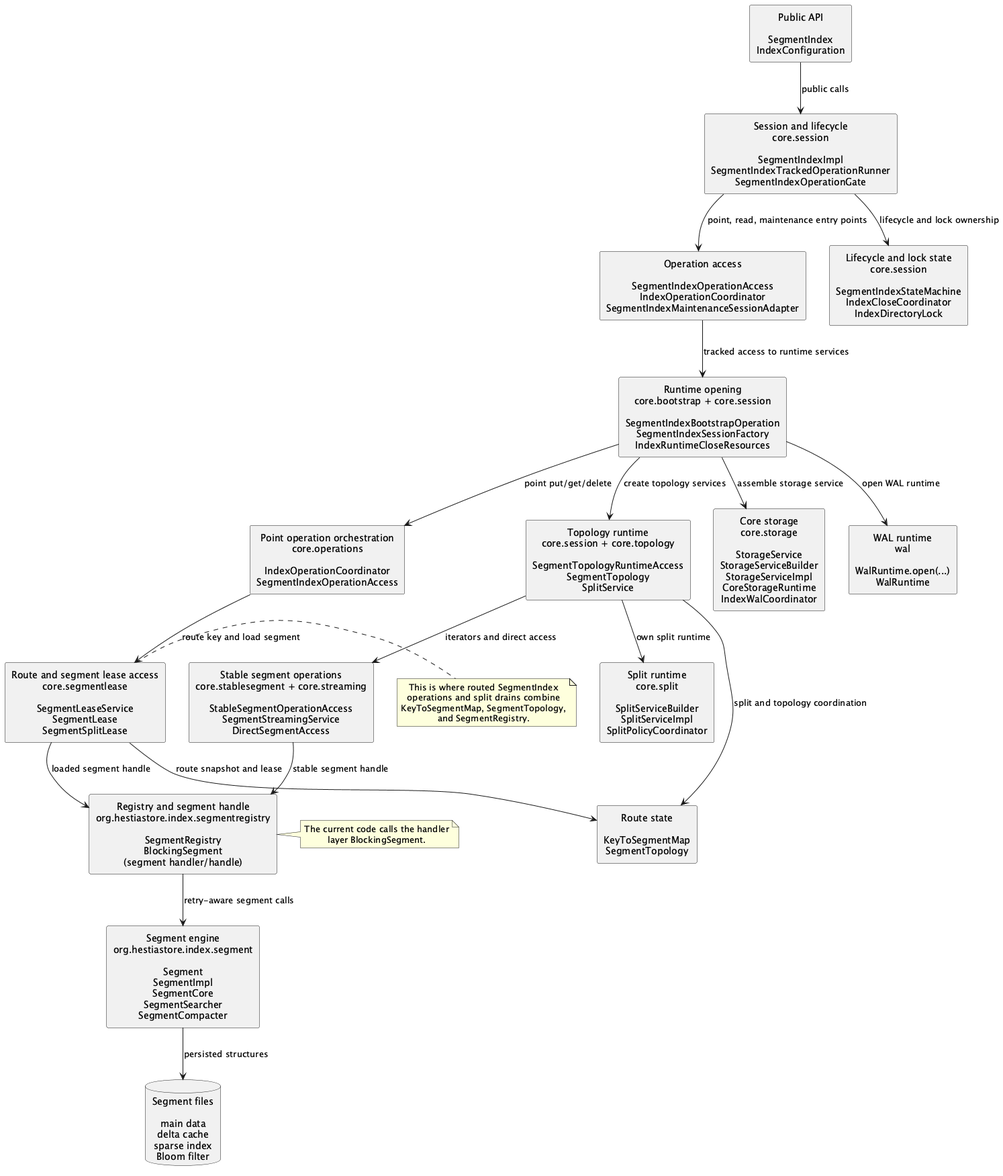
Earlier version of the PlantUML export docs/architecture/segmentindex/images/implementation-layers.png (jajir/HestiaStore).
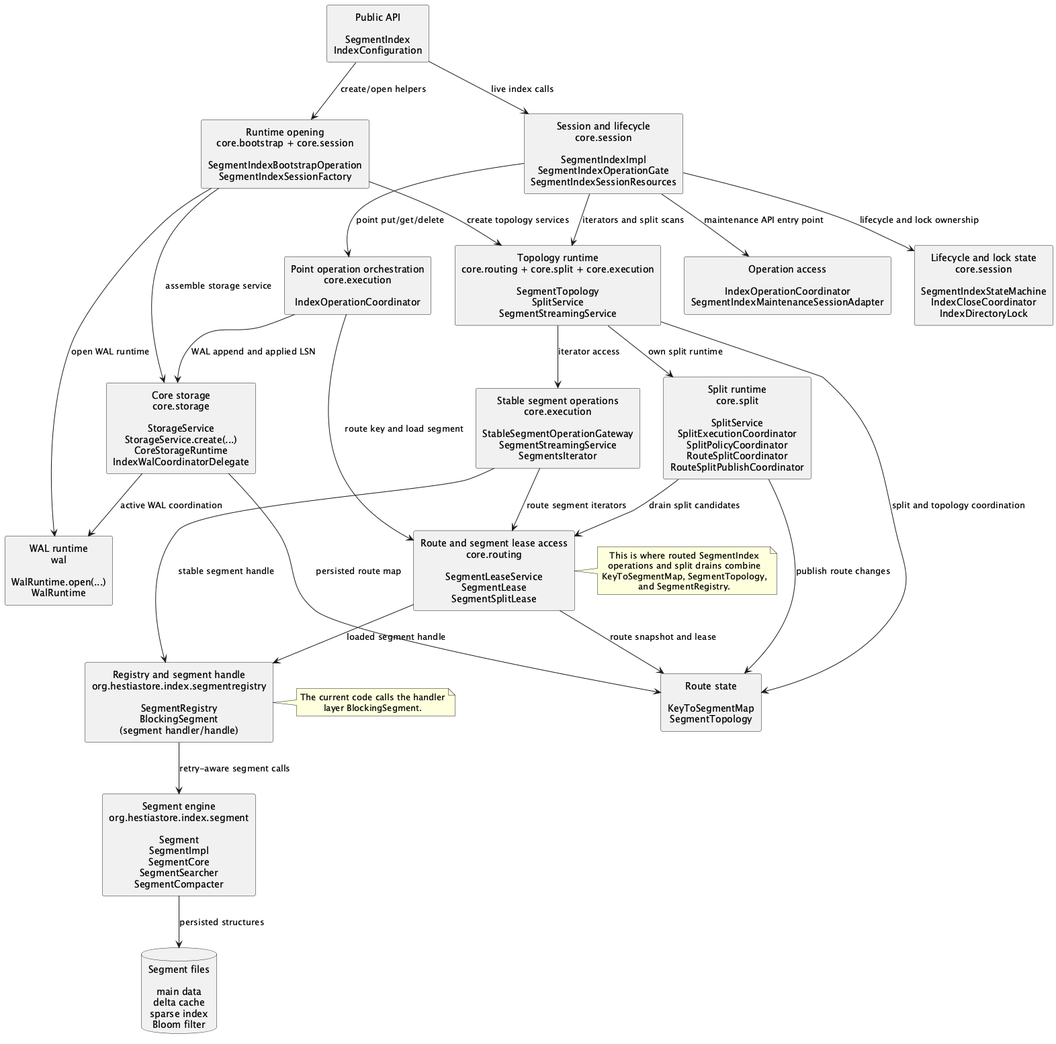
The same diagram one commit later.

The edit, as a diff of the source:
```diff
@@ -6,27 +6,27 @@
 
 component "Public API\n\nSegmentIndex\nIndexConfiguration" as API
 
-component "Session and lifecycle\ncore.session\n\nSegmentIndexImpl\nSegmentIndexTrackedOperationRunner\nSegmentIndexOperationGate" as SESSION
+component "Session and lifecycle\ncore.session\n\nSegmentIndexImpl\nSegmentIndexOperationGate\nSegmentIndexSessionResources" as SESSION
 
 component "Lifecycle and lock state\ncore.session\n\nSegmentIndexStateMachine\nIndexCloseCoordinator\nIndexDirectoryLock" as SESSION_STATE
 
-component "Operation access\n\nSegmentIndexOperationAccess\nIndexOperationCoordinator\nSegmentIndexMaintenanceSessionAdapter" as FACADES
+component "Operation access\n\nIndexOperationCoordinator\nSegmentIndexMaintenanceSessionAdapter" as FACADES
 
-component "Runtime opening\ncore.bootstrap + core.session\n\nSegmentIndexBootstrapOperation\nSegmentIndexSessionFactory\nIndexRuntimeCloseResources" as RUNTIME
+component "Runtime opening\ncore.bootstrap + core.session\n\nSegmentIndexBootstrapOperation\nSegmentIndexSessionFactory" as RUNTIME
 
-component "Topology runtime\ncore.session + core.topology\n\nSegmentTopologyRuntimeAccess\nSegmentTopology\nSplitService" as TOPOLOGY_RUNTIME
+component "Topology runtime\ncore.routing + core.split + core.execution\n\nSegmentTopology\nSplitService\nSegmentStreamingService" as TOPOLOGY_RUNTIME
 
-component "Core storage\ncore.storage\n\nStorageService\nStorageServiceBuilder\nStorageServiceImpl\nCoreStorageRuntime\nIndexWalCoordinator" as CORE_STORAGE
+component "Core storage\ncore.storage\n\nStorageService\nStorageService.create(...)\nCoreStorageRuntime\nIndexWalCoordinatorDelegate" as CORE_STORAGE
 
-component "Split runtime\ncore.split\n\nSplitServiceBuilder\nSplitServiceImpl\nSplitPolicyCoordinator" as SPLIT_RUNTIME
+component "Split runtime\ncore.split\n\nSplitService\nSplitExecutionCoordinator\nSplitPolicyCoordinator\nRouteSplitCoordinator\nRouteSplitPublishCoordinator" as SPLIT_RUNTIME
 
 component "WAL runtime\nwal\n\nWalRuntime.open(...)\nWalRuntime" as WAL_RUNTIME
 
-component "Point operation orchestration\ncore.operations\n\nIndexOperationCoordinator\nSegmentIndexOperationAccess" as OPERATIONS
+component "Point operation orchestration\ncore.execution\n\nIndexOperationCoordinator" as OPERATIONS
 
-component "Route and segment lease access\ncore.segmentlease\n\nSegmentLeaseService\nSegmentLease\nSegmentSplitLease" as ACCESS
+component "Route and segment lease access\ncore.routing\n\nSegmentLeaseService\nSegmentLease\nSegmentSplitLease" as ACCESS
 
-component "Stable segment operations\ncore.stablesegment + core.streaming\n\nStableSegmentOperationAccess\nSegmentStreamingService\nDirectSegmentAccess" as STABLE_ACCESS
+component "Stable segment operations\ncore.execution\n\nStableSegmentOperationGateway\nSegmentStreamingService\nSegmentsIterator" as STABLE_ACCESS
 
 component "Route state\n\nKeyToSegmentMap\nSegmentTopology" as ROUTE
 
@@ -36,17 +36,23 @@
 
 database "Segment files\n\nmain data\ndelta cache\nsparse index\nBloom filter" as FILES
 
-API --> SESSION : public calls
+API --> RUNTIME : create/open helpers
+API --> SESSION : live index calls
 SESSION --> SESSION_STATE : lifecycle and lock ownership
-SESSION --> FACADES : point, read, maintenance entry points
-FACADES --> RUNTIME : tracked access to runtime services
+SESSION --> FACADES : maintenance API entry point
+SESSION --> OPERATIONS : point put/get/delete
+SESSION --> TOPOLOGY_RUNTIME : iterators and split scans
 RUNTIME --> CORE_STORAGE : assemble storage service
 RUNTIME --> TOPOLOGY_RUNTIME : create topology services
 TOPOLOGY_RUNTIME --> SPLIT_RUNTIME : own split runtime
 RUNTIME --> WAL_RUNTIME : open WAL runtime
-RUNTIME --> OPERATIONS : point put/get/delete
 OPERATIONS --> ACCESS : route key and load segment
-TOPOLOGY_RUNTIME --> STABLE_ACCESS : iterators and direct access
+OPERATIONS --> CORE_STORAGE : WAL append and applied LSN
+CORE_STORAGE --> WAL_RUNTIME : active WAL coordination
+TOPOLOGY_RUNTIME --> STABLE_ACCESS : iterator access
+STABLE_ACCESS --> ACCESS : route segment iterators
+SPLIT_RUNTIME --> ACCESS : drain split candidates
+SPLIT_RUNTIME --> ROUTE : publish route changes
 ACCESS --> REGISTRY : loaded segment handle
 STABLE_ACCESS --> REGISTRY : stable segment handle
 REGISTRY --> SEGMENT : retry-aware segment calls
@@ -54,6 +60,7 @@
 
 ACCESS --> ROUTE : route snapshot and lease
 TOPOLOGY_RUNTIME --> ROUTE : split and topology coordination
+CORE_STORAGE --> ROUTE : persisted route map
 
 note right of ACCESS
 This is where routed SegmentIndex
```
